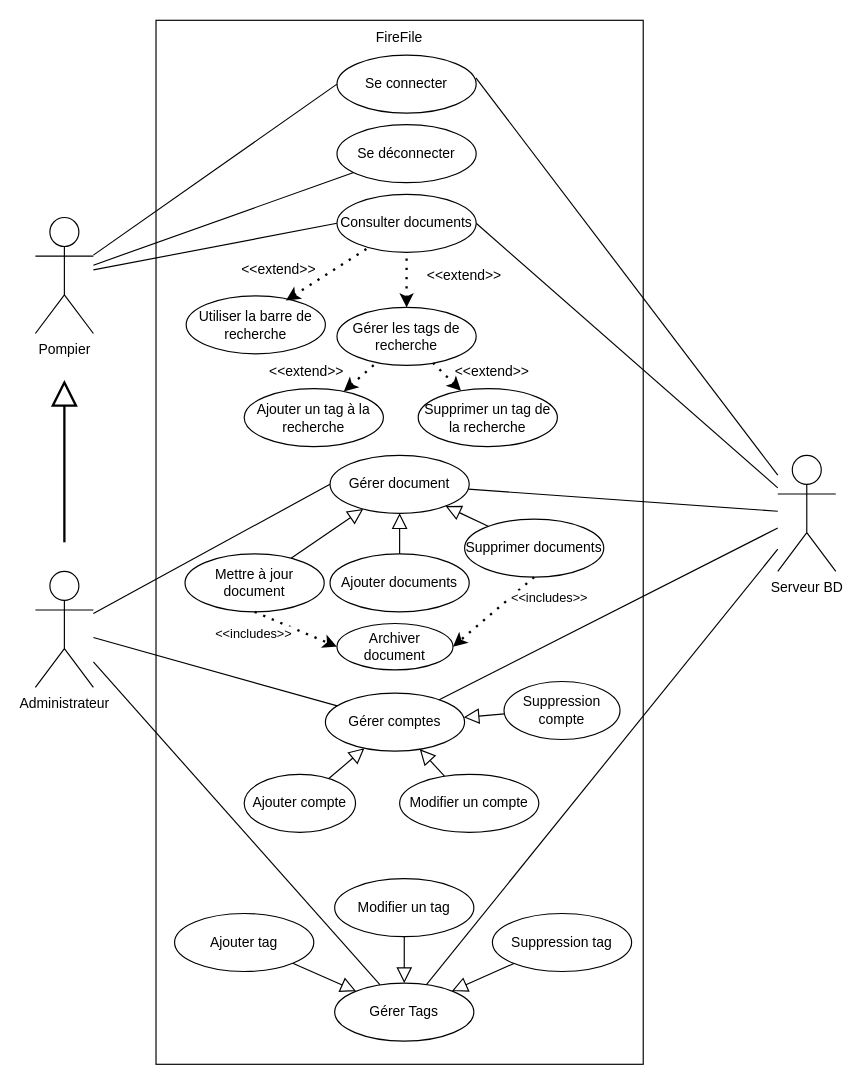
Before: page "CU complexe" (2 of 2) of CasUtilisation.drawio in DorianLudm/Appli_Pompiers, a draw.io diagram. Source tidied: cells renumbered, new cells numbered last; positions are measured from the earlier drawing's top-left corner, leaving out a move shared by most shapes. Both pictures are drawn from the tidied source at 116%, with x=0, y=0 at pixel (35, 20).
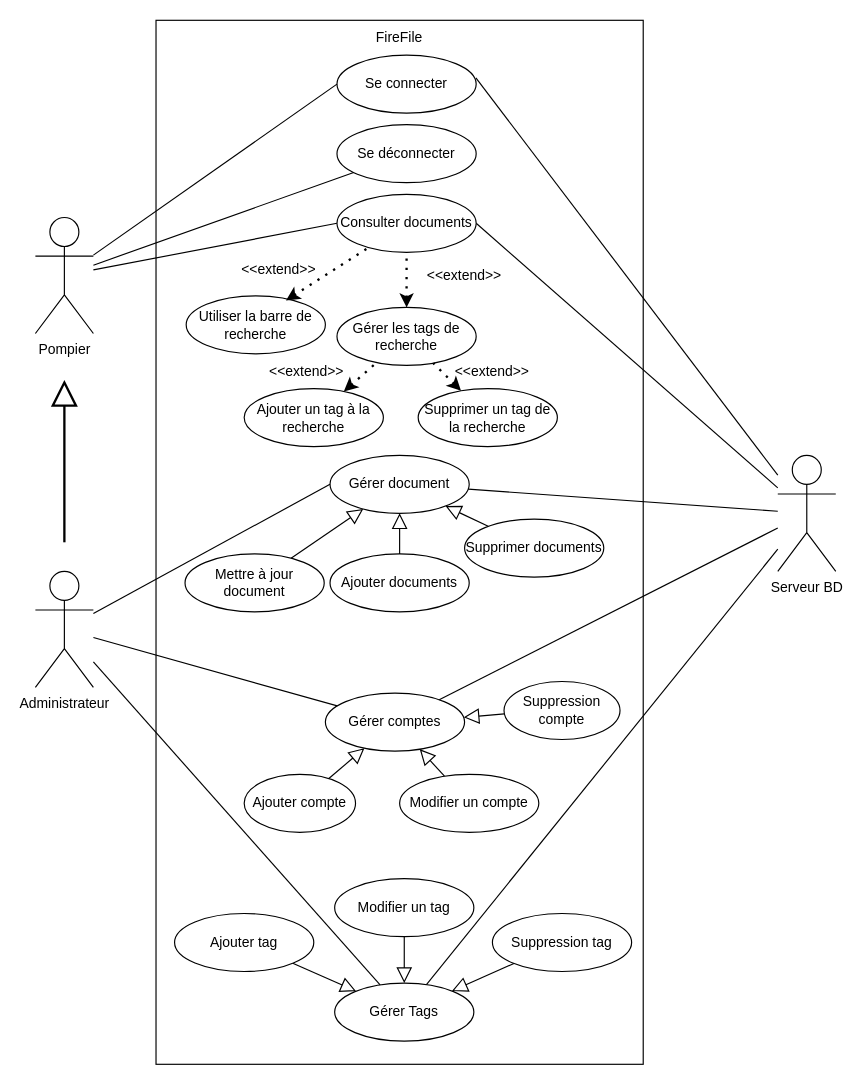
After the change.

Commit message (it also covers changes not shown here):
Suppression du cas "Archiver document"

Unchanged cells that the change refers to:
```xml
<mxCell id="16" value="Supprimer documents" style="ellipse;whiteSpace=wrap;html=1;" parent="1" vertex="1">
  <mxGeometry x="370" y="430" width="120" height="50" as="geometry" />
</mxCell>
<mxCell id="22" value="Mettre à jour document" style="ellipse;whiteSpace=wrap;html=1;" parent="1" vertex="1">
  <mxGeometry x="129" y="460" width="120" height="50" as="geometry" />
</mxCell>
```

What changed in the source:
```diff
@@
-    <mxCell id="35" value="&amp;lt;&amp;lt;includes&amp;gt;&amp;gt;" style="endArrow=classic;dashed=1;html=1;dashPattern=1 3;strokeWidth=2;rounded=0;entryX=1;entryY=0.5;entryDx=0;entryDy=0;startArrow=none;startFill=0;endFill=1;exitX=0.5;exitY=1;exitDx=0;exitDy=0;fillColor=none;" parent="1" edge="1" source="16" target="37">
-      <mxGeometry x="-0.96" y="22" relative="1" as="geometry" />
-    </mxCell>
-    <mxCell id="36" value="&amp;lt;&amp;lt;includes&amp;gt;&amp;gt;" style="endArrow=classic;dashed=1;html=1;dashPattern=1 3;strokeWidth=2;rounded=0;startArrow=none;startFill=0;endFill=1;entryX=0;entryY=0.5;entryDx=0;entryDy=0;exitX=0.5;exitY=1;exitDx=0;exitDy=0;" parent="1" edge="1" source="22" target="37">
-      <mxGeometry x="-0.83" y="-18" relative="1" as="geometry" />
-    </mxCell>
-    <mxCell id="37" value="Archiver document" style="ellipse;whiteSpace=wrap;html=1;" parent="1" vertex="1">
-      <mxGeometry x="260" y="520" width="100" height="40" as="geometry" />
-    </mxCell>
```
